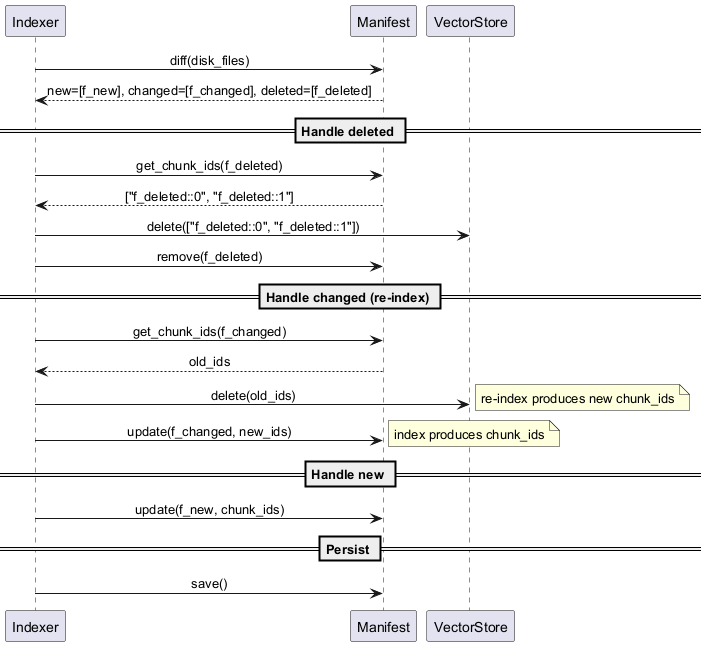
Before: docs/specs/modules/engine-manifest-seq.png, a diagram exported from PlantUML (mailtocsprasad/ai-kb-quiz). Source of this version:
```plantuml
@startuml engine-manifest-seq
skinparam sequenceMessageAlign center

participant Indexer
participant Manifest
participant "VectorStore" as VS

Indexer -> Manifest : diff(disk_files)
Manifest --> Indexer : new=[f_new], changed=[f_changed], deleted=[f_deleted]

== Handle deleted ==
Indexer -> Manifest : get_chunk_ids(f_deleted)
Manifest --> Indexer : ["f_deleted::0", "f_deleted::1"]
Indexer -> VS : delete(["f_deleted::0", "f_deleted::1"])
Indexer -> Manifest : remove(f_deleted)

== Handle changed (re-index) ==
Indexer -> Manifest : get_chunk_ids(f_changed)
Manifest --> Indexer : old_ids
Indexer -> VS : delete(old_ids)
note right : re-index produces new chunk_ids
Indexer -> Manifest : update(f_changed, new_ids)

== Handle new ==
note right : index produces chunk_ids
Indexer -> Manifest : update(f_new, chunk_ids)

== Persist ==
Indexer -> Manifest : save()

@enduml
```
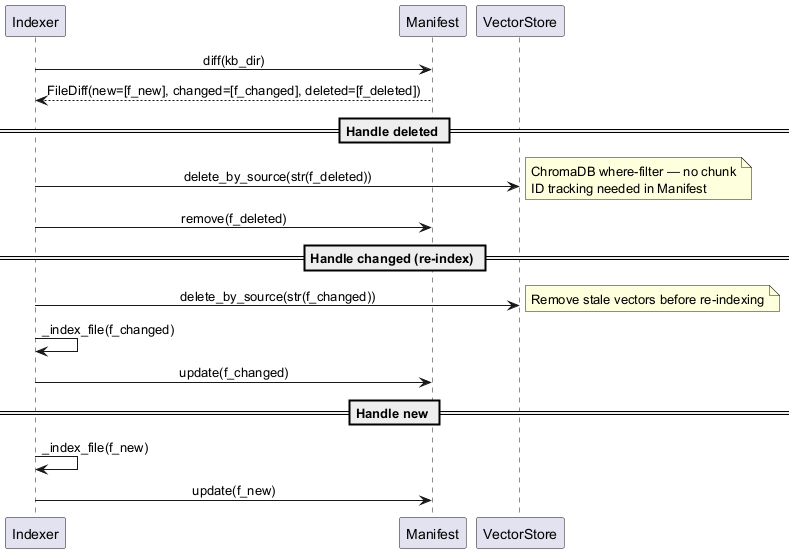
After the change.

Diff of the diagram source:
```diff
@@ -5,27 +5,22 @@
 participant Manifest
 participant "VectorStore" as VS
 
-Indexer -> Manifest : diff(disk_files)
-Manifest --> Indexer : new=[f_new], changed=[f_changed], deleted=[f_deleted]
+Indexer -> Manifest : diff(kb_dir)
+Manifest --> Indexer : FileDiff(new=[f_new], changed=[f_changed], deleted=[f_deleted])
 
 == Handle deleted ==
-Indexer -> Manifest : get_chunk_ids(f_deleted)
-Manifest --> Indexer : ["f_deleted::0", "f_deleted::1"]
-Indexer -> VS : delete(["f_deleted::0", "f_deleted::1"])
+Indexer -> VS : delete_by_source(str(f_deleted))
+note right : ChromaDB where-filter — no chunk\nID tracking needed in Manifest
 Indexer -> Manifest : remove(f_deleted)
 
 == Handle changed (re-index) ==
-Indexer -> Manifest : get_chunk_ids(f_changed)
-Manifest --> Indexer : old_ids
-Indexer -> VS : delete(old_ids)
-note right : re-index produces new chunk_ids
-Indexer -> Manifest : update(f_changed, new_ids)
+Indexer -> VS : delete_by_source(str(f_changed))
+note right : Remove stale vectors before re-indexing
+Indexer -> Indexer : _index_file(f_changed)
+Indexer -> Manifest : update(f_changed)
 
 == Handle new ==
-note right : index produces chunk_ids
-Indexer -> Manifest : update(f_new, chunk_ids)
-
-== Persist ==
-Indexer -> Manifest : save()
+Indexer -> Indexer : _index_file(f_new)
+Indexer -> Manifest : update(f_new)
 
 @enduml
```
